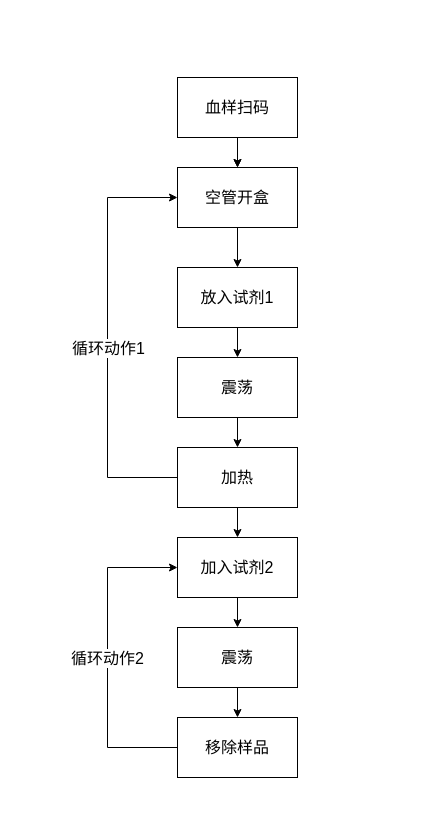
Earlier version of the draw.io diagram 样品前处理.drawio (vyuvlink/images). Source tidied: cells renumbered, new cells numbered last; positions are measured from the earlier drawing's top-left corner, leaving out a move shared by most shapes. Both pictures are drawn from the tidied source at 100%, with x=0, y=0 at pixel (107, 77).
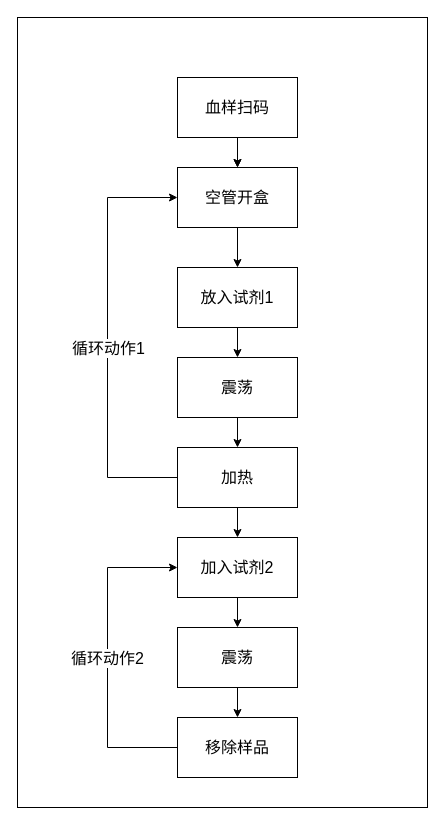
Above is the later version.

Commit message (it also covers changes not shown here):
更新样品前处理.drawio

The edit, as a diff of the source:
```diff
@@
+    <mxCell id="22" style="rounded=0;whiteSpace=wrap;html=1;" parent="1" vertex="1">
+      <mxGeometry x="-90" y="-60" width="410" height="790" as="geometry" />
+    </mxCell>
```
